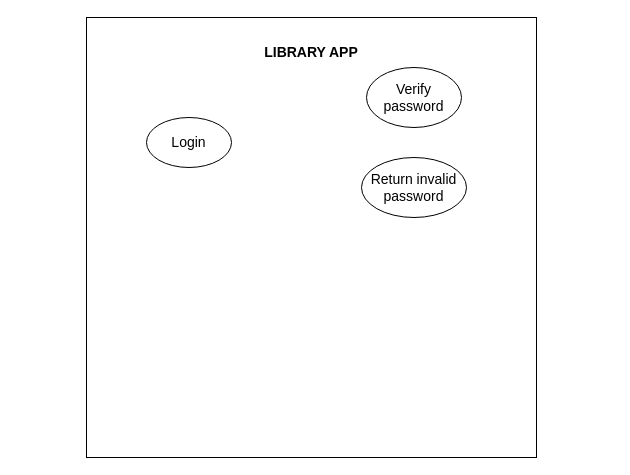
This is Untitled Diagram.drawio from AcademiccMacharia/3D-Login-Form, a draw.io file, before an edit. Source tidied: cells renumbered, new cells numbered last; positions are measured from the earlier drawing's top-left corner, leaving out a move shared by most shapes. Both pictures are drawn from the tidied source at 100%, with x=0, y=0 at pixel (86, 17).
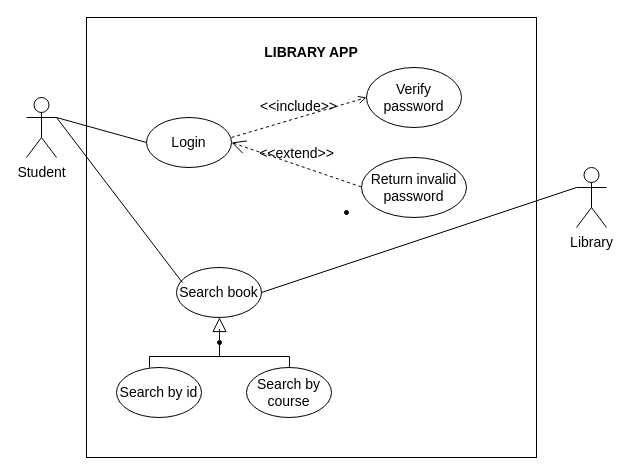
The same page after the edit.

Unchanged cells that the change refers to:
```xml
<mxCell id="4" value="Login" style="ellipse;whiteSpace=wrap;html=1;fontSize=14;" parent="1" vertex="1">
  <mxGeometry x="60" y="100" width="85" height="50" as="geometry" />
</mxCell>
<mxCell id="6" value="Verify password" style="ellipse;whiteSpace=wrap;html=1;fontSize=14;" parent="1" vertex="1">
  <mxGeometry x="280" y="50" width="95" height="60" as="geometry" />
</mxCell>
```

What changed in the source:
```diff
@@
+    <mxCell id="7" value="&amp;lt;&amp;lt;extend&amp;gt;&amp;gt;" style="edgeStyle=none;html=1;startArrow=open;endArrow=none;startSize=12;verticalAlign=bottom;dashed=1;labelBackgroundColor=none;rounded=0;fontSize=14;exitX=1;exitY=0.5;exitDx=0;exitDy=0;" parent="1" edge="1" source="4">
+      <mxGeometry relative="1" as="geometry">
+        <mxPoint x="275" y="169.5" as="targetPoint" />
+      </mxGeometry>
+    </mxCell>
+    <mxCell id="8" value="&amp;lt;&amp;lt;include&amp;gt;&amp;gt;" style="html=1;verticalAlign=bottom;labelBackgroundColor=none;endArrow=open;endFill=0;dashed=1;rounded=0;fontSize=14;entryX=0;entryY=0.5;entryDx=0;entryDy=0;" parent="1" edge="1" target="6">
+      <mxGeometry relative="1" as="geometry">
+        <mxPoint x="145" y="120" as="sourcePoint" />
+      </mxGeometry>
+    </mxCell>
+    <mxCell id="9" value="Search book" style="ellipse;whiteSpace=wrap;html=1;fontSize=14;" parent="1" vertex="1">
+      <mxGeometry x="90" y="250" width="85" height="50" as="geometry" />
+    </mxCell>
+    <mxCell id="10" style="verticalAlign=bottom;html=1;ellipse;fillColor=#000000;strokeColor=#000000;fontSize=14;" parent="1" vertex="1">
+      <mxGeometry x="258" y="193" width="4" height="4" as="geometry" />
+    </mxCell>
+    <mxCell id="11" value="Student" style="shape=umlActor;verticalLabelPosition=bottom;verticalAlign=top;html=1;fontSize=14;" parent="1" vertex="1">
+      <mxGeometry x="-60" y="80" width="30" height="60" as="geometry" />
+    </mxCell>
+    <mxCell id="12" value="Library" style="shape=umlActor;verticalLabelPosition=bottom;verticalAlign=top;html=1;outlineConnect=0;fontSize=14;" parent="1" vertex="1">
+      <mxGeometry x="490" y="150" width="30" height="60" as="geometry" />
+    </mxCell>
+    <mxCell id="13" style="verticalAlign=bottom;html=1;ellipse;fillColor=#000000;strokeColor=#000000;fontSize=14;" parent="1" vertex="1">
+      <mxGeometry x="131" y="323" width="4" height="4" as="geometry" />
+    </mxCell>
+    <mxCell id="14" style="edgeStyle=elbowEdgeStyle;html=1;endSize=12;endArrow=block;endFill=0;elbow=horizontal;rounded=0;fontSize=14;" parent="1" edge="1" source="13">
+      <mxGeometry x="1" relative="1" as="geometry">
+        <mxPoint x="133" y="300" as="targetPoint" />
+      </mxGeometry>
+    </mxCell>
+    <mxCell id="15" style="edgeStyle=elbowEdgeStyle;html=1;elbow=vertical;verticalAlign=bottom;endArrow=none;rounded=0;fontSize=14;" parent="1" edge="1" source="13">
+      <mxGeometry x="1" relative="1" as="geometry">
+        <mxPoint x="203" y="350" as="targetPoint" />
+      </mxGeometry>
+    </mxCell>
+    <mxCell id="16" style="edgeStyle=elbowEdgeStyle;html=1;elbow=vertical;verticalAlign=bottom;endArrow=none;rounded=0;fontSize=14;" parent="1" edge="1" source="13">
+      <mxGeometry x="1" relative="1" as="geometry">
+        <mxPoint x="63" y="350" as="targetPoint" />
+      </mxGeometry>
+    </mxCell>
+    <mxCell id="17" value="Search by id" style="ellipse;whiteSpace=wrap;html=1;fontSize=14;" parent="1" vertex="1">
+      <mxGeometry x="30" y="350" width="85" height="50" as="geometry" />
+    </mxCell>
+    <mxCell id="18" value="Search by course" style="ellipse;whiteSpace=wrap;html=1;fontSize=14;" parent="1" vertex="1">
+      <mxGeometry x="160" y="350" width="85" height="50" as="geometry" />
+    </mxCell>
+    <mxCell id="19" style="endArrow=none;html=1;rounded=0;fontSize=14;entryX=0;entryY=0.5;entryDx=0;entryDy=0;" parent="1" edge="1" target="4">
+      <mxGeometry relative="1" as="geometry">
+        <mxPoint x="-30" y="100" as="sourcePoint" />
+      </mxGeometry>
+    </mxCell>
+    <mxCell id="20" style="endArrow=none;html=1;rounded=0;fontSize=14;entryX=0.071;entryY=0.305;entryDx=0;entryDy=0;entryPerimeter=0;" parent="1" edge="1" target="9">
+      <mxGeometry relative="1" as="geometry">
+        <mxPoint x="-30" y="100" as="sourcePoint" />
+      </mxGeometry>
+    </mxCell>
+    <mxCell id="21" style="endArrow=none;html=1;rounded=0;fontSize=14;exitX=1;exitY=0.5;exitDx=0;exitDy=0;entryX=0;entryY=0.3333333333333333;entryDx=0;entryDy=0;entryPerimeter=0;" parent="1" edge="1" source="9" target="12">
+      <mxGeometry relative="1" as="geometry" />
+    </mxCell>
```
